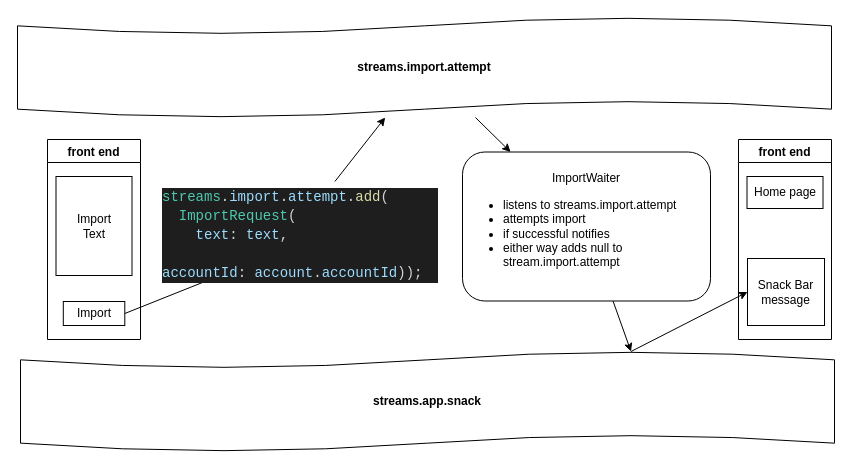
Above: client_back/docs/diagrams/streams/import.drawio in moontreeapp/moontree (draw.io), before the change. Source tidied: cells renumbered, new cells numbered last; positions are measured from the earlier drawing's top-left corner, leaving out a move shared by most shapes. Both pictures are drawn from the tidied source at 100%, with x=0, y=0 at pixel (17, 17).
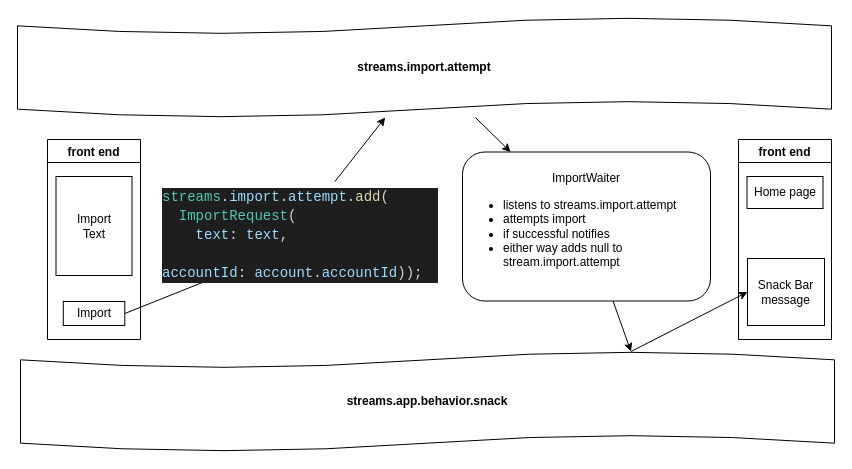
Above is the later version.

Change to the diagram source:
```diff
@@
 <mxGraphModel>
   <root>
     <mxCell id="0" />
     <mxCell id="1" parent="0" />
     <mxCell id="2" style="edgeStyle=none;html=1;" parent="1" edge="1" source="3" target="13">
       <mxGeometry relative="1" as="geometry" />
     </mxCell>
     <mxCell id="3" value="&lt;b&gt;streams.import.attempt&lt;/b&gt;" style="shape=tape;whiteSpace=wrap;html=1;size=0.16653594970703126;" parent="1" vertex="1">
       <mxGeometry width="814" height="100" as="geometry" />
     </mxCell>
     <mxCell id="4" style="edgeStyle=none;html=1;entryX=0;entryY=0.5;entryDx=0;entryDy=0;exitX=0.75;exitY=0;exitDx=0;exitDy=0;exitPerimeter=0;" parent="1" edge="1" source="5" target="16">
       <mxGeometry relative="1" as="geometry" />
     </mxCell>
-    <mxCell id="5" value="&lt;b&gt;streams.app.snack&lt;/b&gt;" style="shape=tape;whiteSpace=wrap;html=1;size=0.16653594970703126;" parent="1" vertex="1">
+    <mxCell id="5" value="&lt;b&gt;streams.app.behavior.snack&lt;/b&gt;" style="shape=tape;whiteSpace=wrap;html=1;size=0.16653594970703126;" parent="1" vertex="1">
       <mxGeometry x="3" y="334" width="814" height="100" as="geometry" />
     </mxCell>
     <mxCell id="6" value="front end" style="swimlane;" parent="1" vertex="1">
       <mxGeometry x="30" y="122" width="93" height="200" as="geometry" />
     </mxCell>
     <mxCell id="7" value="Import &lt;br&gt;Text" style="whiteSpace=wrap;html=1;" parent="6" vertex="1">
       <mxGeometry x="8.5" y="37" width="76" height="99" as="geometry" />
     </mxCell>
     <mxCell id="8" value="Import" style="whiteSpace=wrap;html=1;" parent="6" vertex="1">
       <mxGeometry x="15.8" y="162" width="61.5" height="24" as="geometry" />
     </mxCell>
     <mxCell id="9" style="edgeStyle=none;html=1;entryX=0.25;entryY=1;entryDx=0;entryDy=0;exitX=1;exitY=0.5;exitDx=0;exitDy=0;" parent="1" edge="1" source="8" target="11">
       <mxGeometry relative="1" as="geometry" />
     </mxCell>
     <mxCell id="10" style="edgeStyle=none;html=1;" parent="1" edge="1" source="11" target="3">
       <mxGeometry relative="1" as="geometry" />
     </mxCell>
     <mxCell id="11" value="&lt;div style=&quot;background-color: rgb(30 , 30 , 30) ; font-family: &amp;#34;consolas&amp;#34; , &amp;#34;courier new&amp;#34; , monospace ; font-weight: normal ; font-size: 14px ; line-height: 19px&quot;&gt;&lt;div style=&quot;color: rgb(212 , 212 , 212)&quot;&gt;&lt;span style=&quot;color: #4ec9b0&quot;&gt;streams&lt;/span&gt;&lt;span style=&quot;color: #d4d4d4&quot;&gt;.&lt;/span&gt;&lt;span style=&quot;color: #9cdcfe&quot;&gt;import&lt;/span&gt;&lt;span style=&quot;color: #d4d4d4&quot;&gt;.&lt;/span&gt;&lt;span style=&quot;color: #9cdcfe&quot;&gt;attempt&lt;/span&gt;.&lt;span style=&quot;color: rgb(220 , 220 , 170)&quot;&gt;add&lt;/span&gt;(&lt;/div&gt;&lt;div style=&quot;color: rgb(212 , 212 , 212)&quot;&gt;&lt;span style=&quot;color: rgb(78 , 201 , 176)&quot;&gt;&amp;nbsp; ImportRequest&lt;/span&gt;(&lt;/div&gt;&lt;div&gt;&lt;font color=&quot;#d4d4d4&quot;&gt;&amp;nbsp; &amp;nbsp;&amp;nbsp;&lt;/font&gt;&lt;span style=&quot;color: rgb(156 , 220 , 254)&quot;&gt;text&lt;/span&gt;&lt;font color=&quot;#d4d4d4&quot;&gt;: &lt;/font&gt;&lt;span style=&quot;color: rgb(156 , 220 , 254)&quot;&gt;text&lt;/span&gt;&lt;font color=&quot;#d4d4d4&quot;&gt;,&amp;nbsp;&lt;/font&gt;&lt;/div&gt;&lt;div style=&quot;color: rgb(212 , 212 , 212)&quot;&gt;&lt;span style=&quot;color: #9cdcfe&quot;&gt;&amp;nbsp; &amp;nbsp; accountId&lt;/span&gt;&lt;span style=&quot;color: #d4d4d4&quot;&gt;:&amp;nbsp;&lt;/span&gt;&lt;span style=&quot;color: #9cdcfe&quot;&gt;account&lt;/span&gt;&lt;span style=&quot;color: #d4d4d4&quot;&gt;.&lt;/span&gt;&lt;span style=&quot;color: #9cdcfe&quot;&gt;accountId&lt;/span&gt;&lt;span style=&quot;color: #d4d4d4&quot;&gt;));&lt;/span&gt;&lt;/div&gt;&lt;/div&gt;" style="text;whiteSpace=wrap;html=1;" parent="1" vertex="1">
       <mxGeometry x="143" y="164" width="278" height="90" as="geometry" />
     </mxCell>
     <mxCell id="12" style="edgeStyle=none;html=1;entryX=0.75;entryY=0;entryDx=0;entryDy=0;entryPerimeter=0;" parent="1" edge="1" source="13" target="5">
       <mxGeometry relative="1" as="geometry" />
     </mxCell>
     <mxCell id="13" value="ImportWaiter&lt;br&gt;&lt;ul&gt;&lt;li style=&quot;text-align: left&quot;&gt;listens to streams.import.attempt&lt;/li&gt;&lt;li style=&quot;text-align: left&quot;&gt;attempts import&lt;/li&gt;&lt;li style=&quot;text-align: left&quot;&gt;if successful notifies&lt;/li&gt;&lt;li style=&quot;text-align: left&quot;&gt;either way adds null to stream.import.attempt&lt;/li&gt;&lt;/ul&gt;" style="rounded=1;whiteSpace=wrap;html=1;" parent="1" vertex="1">
       <mxGeometry x="445" y="134.5" width="248" height="149" as="geometry" />
     </mxCell>
     <mxCell id="14" value="front end" style="swimlane;" parent="1" vertex="1">
       <mxGeometry x="721" y="122" width="93" height="200" as="geometry" />
     </mxCell>
     <mxCell id="15" value="Home page" style="whiteSpace=wrap;html=1;" parent="14" vertex="1">
       <mxGeometry x="8.5" y="37" width="76" height="32" as="geometry" />
     </mxCell>
     <mxCell id="16" value="Snack Bar message" style="whiteSpace=wrap;html=1;" parent="14" vertex="1">
       <mxGeometry x="9" y="119" width="77" height="67" as="geometry" />
     </mxCell>
   </root>
 </mxGraphModel>
```
